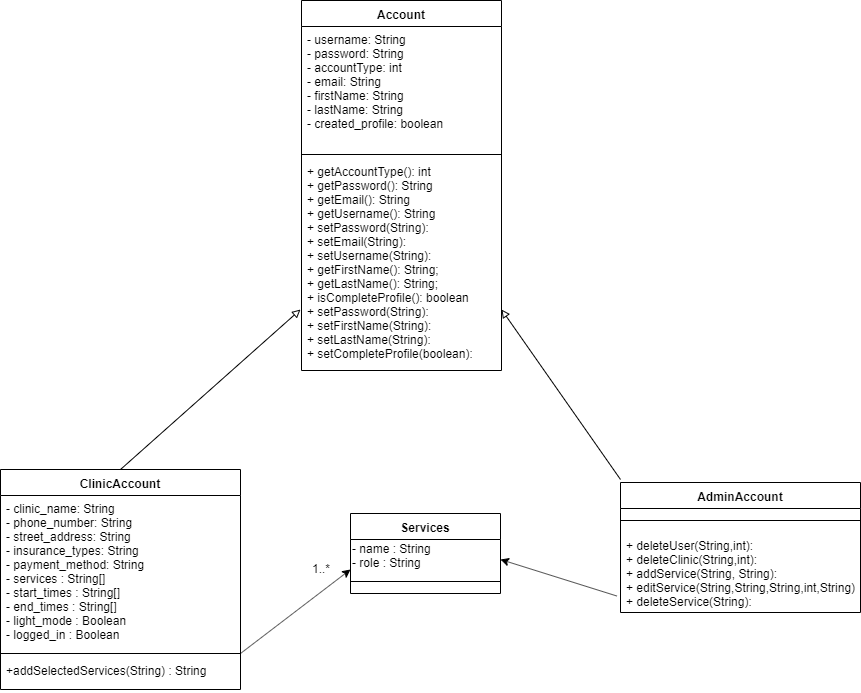
Above: SEG UML.png in photonized/medex (draw.io), before the change. Source tidied: cells renumbered, new cells last; positions are measured from the earlier drawing's top-left corner, leaving out a move shared by most shapes.
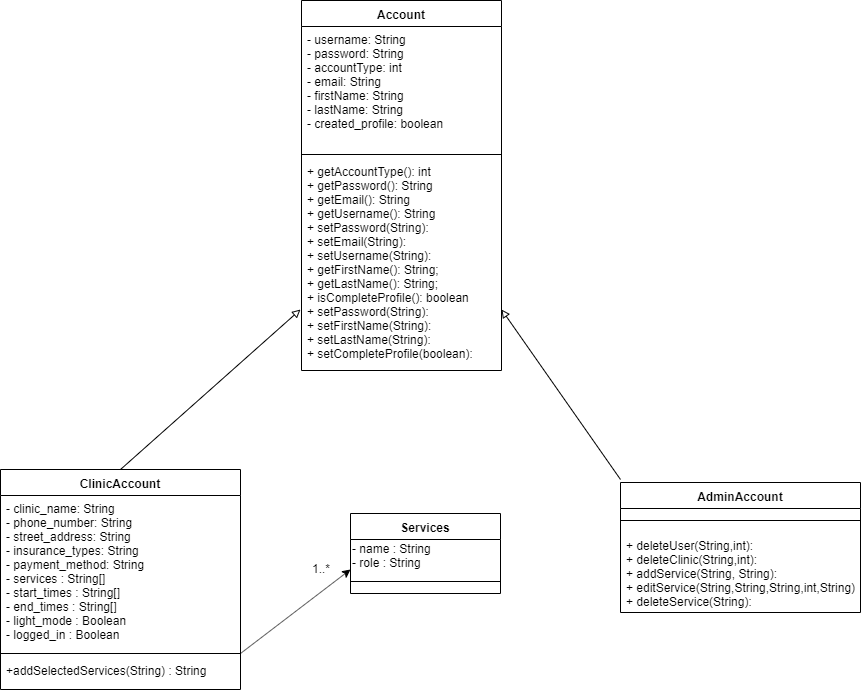
The same file after the commit.

Diff of the diagram source:
```diff
@@ -63,10 +63,5 @@
         <mxPoint x="240" y="653" as="sourcePoint" />
       </mxGeometry>
     </mxCell>
-    <mxCell id="20" style="endArrow=classic;html=1;exitX=-0.015;exitY=0.794;exitDx=0;exitDy=0;exitPerimeter=0;" parent="1" edge="1" source="18">
-      <mxGeometry relative="1" as="geometry">
-        <mxPoint x="500" y="559" as="targetPoint" />
-      </mxGeometry>
-    </mxCell>
   </root>
 </mxGraphModel>
```
